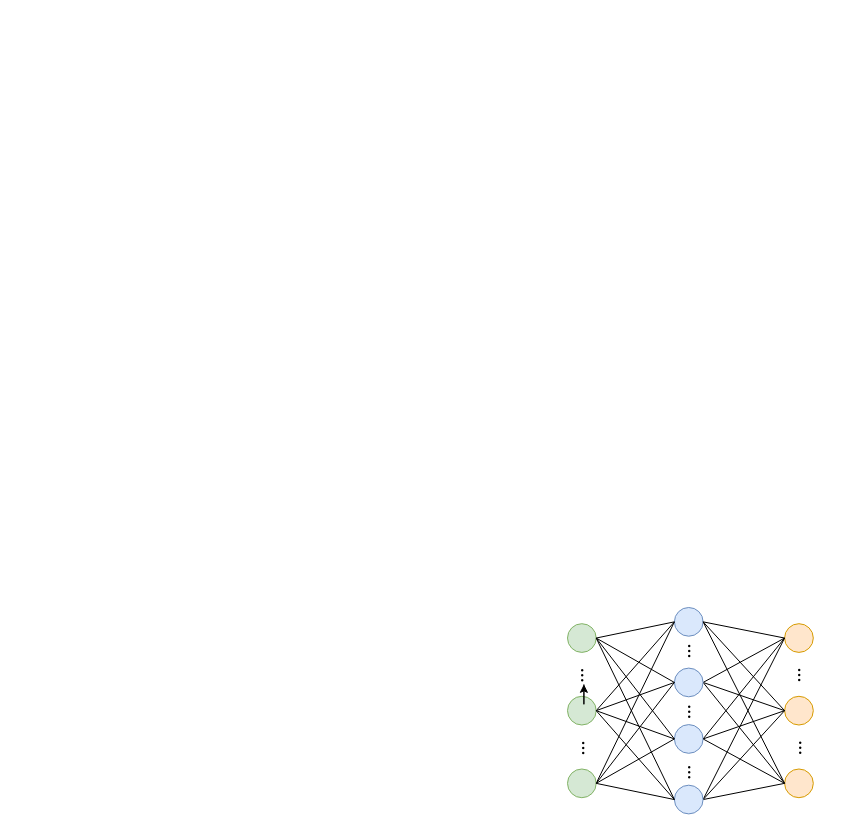
Above: DOS-CNN.drawio in 2896498573/Redgon (draw.io), before the change. Source tidied: cells renumbered, new cells numbered last; positions are measured from the earlier drawing's top-left corner, leaving out a move shared by most shapes. Both pictures are drawn from the tidied source at 100%, with x=0, y=0 at pixel (567, 607).
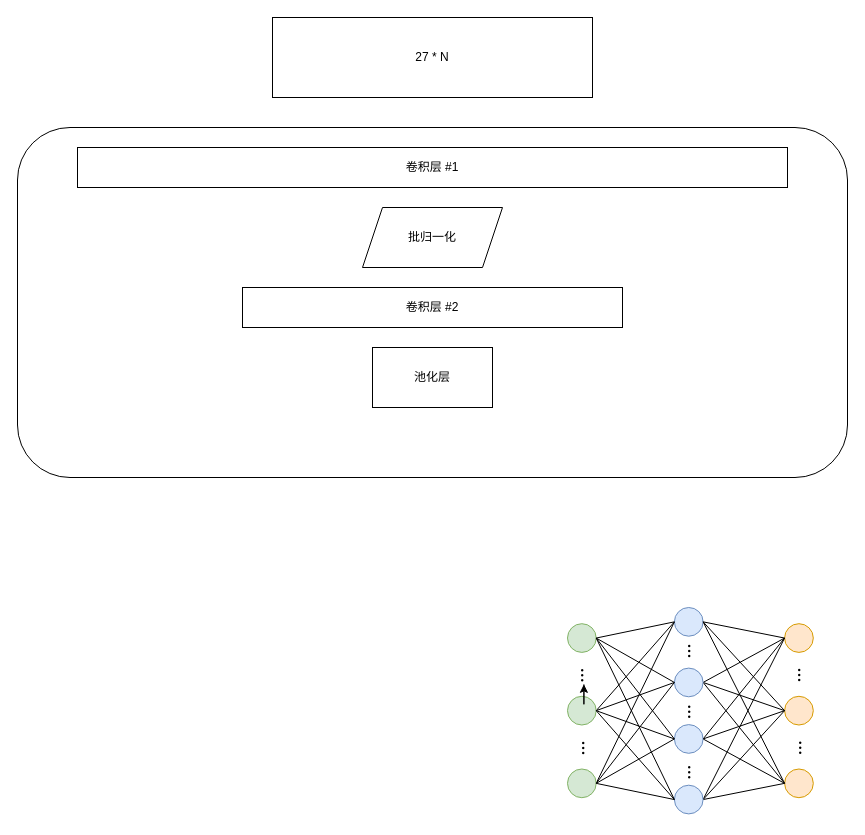
Above is the later version.

The edit, as a diff of the source:
```diff
@@
+    <mxCell id="45" value="27 * N" style="rounded=0;whiteSpace=wrap;html=1;" parent="1" vertex="1">
+      <mxGeometry x="-295" y="-590" width="320" height="80" as="geometry" />
+    </mxCell>
+    <mxCell id="46" style="rounded=1;whiteSpace=wrap;html=1;" parent="1" vertex="1">
+      <mxGeometry x="-550" y="-480" width="830" height="350" as="geometry" />
+    </mxCell>
+    <mxCell id="47" value="卷积层 #1" style="rounded=0;whiteSpace=wrap;html=1;" parent="1" vertex="1">
+      <mxGeometry x="-490" y="-460" width="710" height="40" as="geometry" />
+    </mxCell>
+    <mxCell id="48" value="卷积层 #2" style="rounded=0;whiteSpace=wrap;html=1;" parent="1" vertex="1">
+      <mxGeometry x="-325" y="-320" width="380" height="40" as="geometry" />
+    </mxCell>
+    <mxCell id="49" value="池化层" style="rounded=0;whiteSpace=wrap;html=1;" parent="1" vertex="1">
+      <mxGeometry x="-195" y="-260" width="120" height="60" as="geometry" />
+    </mxCell>
+    <mxCell id="50" value="批归一化" style="shape=parallelogram;perimeter=parallelogramPerimeter;whiteSpace=wrap;html=1;fixedSize=1;" parent="1" vertex="1">
+      <mxGeometry x="-205" y="-400" width="140" height="60" as="geometry" />
+    </mxCell>
```
